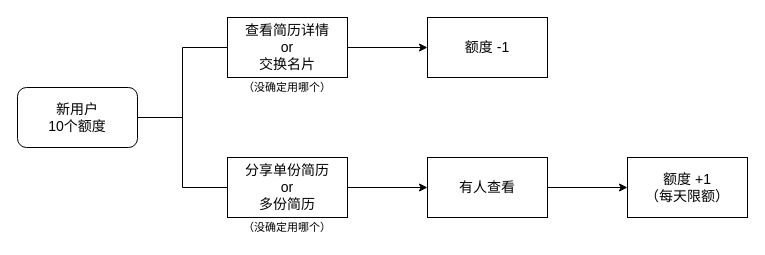
The draw.io diagram 配额功能.drawio in SuJack/www.draw.io, before the edit. Source tidied: cells renumbered, new cells numbered last; positions are measured from the earlier drawing's top-left corner, leaving out a move shared by most shapes. Both pictures are drawn from the tidied source at 100%, with x=0, y=0 at pixel (17, 17).
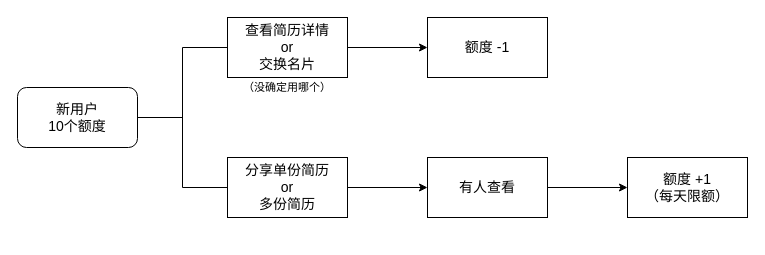
The same page after the edit.

Commit message:
更新配额功能.drawio

The edit, as a diff of the source:
```diff
@@
 <mxGraphModel>
   <root>
     <mxCell id="0" />
     <mxCell id="1" parent="0" />
     <mxCell id="2" value="新用户&lt;br style=&quot;font-size: 14px;&quot;&gt;10个额度&lt;br style=&quot;font-size: 14px;&quot;&gt;" style="rounded=1;whiteSpace=wrap;html=1;fontSize=14;" parent="1" vertex="1">
       <mxGeometry y="70" width="120" height="60" as="geometry" />
     </mxCell>
     <mxCell id="3" style="strokeWidth=1;html=1;shape=mxgraph.flowchart.annotation_2;align=left;fontSize=14;" parent="1" vertex="1">
       <mxGeometry x="120" y="30" width="90" height="140" as="geometry" />
     </mxCell>
     <mxCell id="4" style="edgeStyle=orthogonalEdgeStyle;rounded=0;jettySize=auto;html=1;fontSize=14;" parent="1" edge="1" source="5" target="6">
       <mxGeometry relative="1" as="geometry" />
     </mxCell>
     <mxCell id="5" value="查看简历详情&lt;br&gt;or&lt;br&gt;交换名片&lt;br&gt;" style="rounded=0;whiteSpace=wrap;html=1;strokeWidth=1;fontSize=14;" parent="1" vertex="1">
       <mxGeometry x="210" width="120" height="60" as="geometry" />
     </mxCell>
     <mxCell id="6" value="额度 -1&lt;br&gt;" style="rounded=0;whiteSpace=wrap;html=1;strokeWidth=1;fontSize=14;" parent="1" vertex="1">
       <mxGeometry x="410" width="120" height="60" as="geometry" />
     </mxCell>
     <mxCell id="7" style="edgeStyle=orthogonalEdgeStyle;rounded=0;jettySize=auto;html=1;fontSize=14;" parent="1" edge="1" source="8" target="10">
       <mxGeometry relative="1" as="geometry" />
     </mxCell>
     <mxCell id="8" value="分享单份简历&lt;br&gt;or&lt;br&gt;多份简历&lt;br&gt;" style="rounded=0;whiteSpace=wrap;html=1;strokeWidth=1;fontSize=14;" parent="1" vertex="1">
       <mxGeometry x="210" y="140" width="120" height="60" as="geometry" />
     </mxCell>
     <mxCell id="9" style="edgeStyle=orthogonalEdgeStyle;rounded=0;jettySize=auto;html=1;fontSize=14;" parent="1" edge="1" source="10" target="11">
       <mxGeometry relative="1" as="geometry" />
     </mxCell>
     <mxCell id="10" value="有人查看&lt;br&gt;" style="rounded=0;whiteSpace=wrap;html=1;strokeWidth=1;fontSize=14;" parent="1" vertex="1">
       <mxGeometry x="410" y="140" width="120" height="60" as="geometry" />
     </mxCell>
     <mxCell id="11" value="额度 +1&lt;br&gt;（每天限额）&lt;br&gt;" style="rounded=0;whiteSpace=wrap;html=1;strokeWidth=1;fontSize=14;" parent="1" vertex="1">
       <mxGeometry x="610" y="140" width="120" height="60" as="geometry" />
     </mxCell>
     <mxCell id="12" value="（没确定用哪个）" style="text;html=1;strokeColor=none;fillColor=none;align=center;verticalAlign=middle;whiteSpace=wrap;rounded=0;fontSize=11;" parent="1" vertex="1">
       <mxGeometry x="210" y="60" width="120" height="20" as="geometry" />
     </mxCell>
-    <mxCell id="13" value="（没确定用哪个）" style="text;html=1;strokeColor=none;fillColor=none;align=center;verticalAlign=middle;whiteSpace=wrap;rounded=0;fontSize=11;" parent="1" vertex="1">
-      <mxGeometry x="210" y="200" width="120" height="20" as="geometry" />
-    </mxCell>
   </root>
 </mxGraphModel>
```
